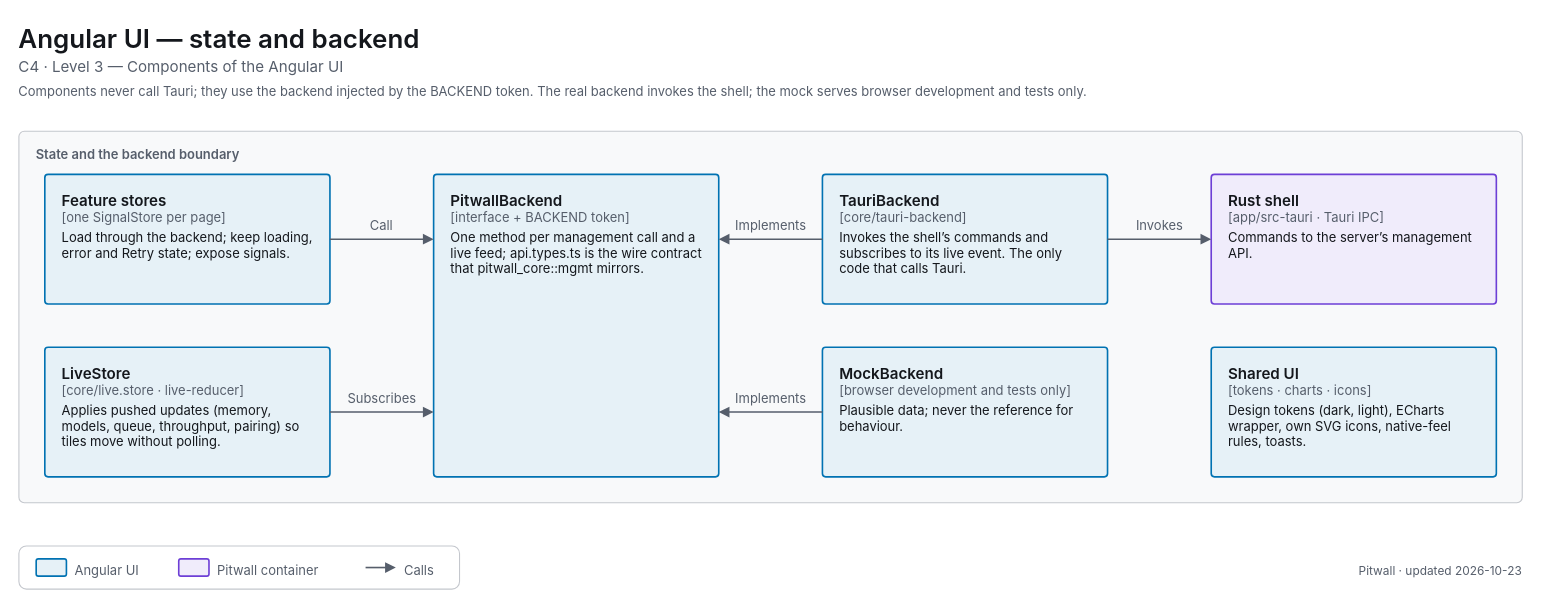
Above: apps/pitwall/docs/diagrams/c4-3-ui-state.drawio in decryp7/paddock (draw.io), before the change. Source tidied: cells renumbered, new cells numbered last; positions are measured from the earlier drawing's top-left corner, leaving out a move shared by most shapes. Both pictures are drawn from the tidied source at 108%, with x=0, y=0 at pixel (18, 18).
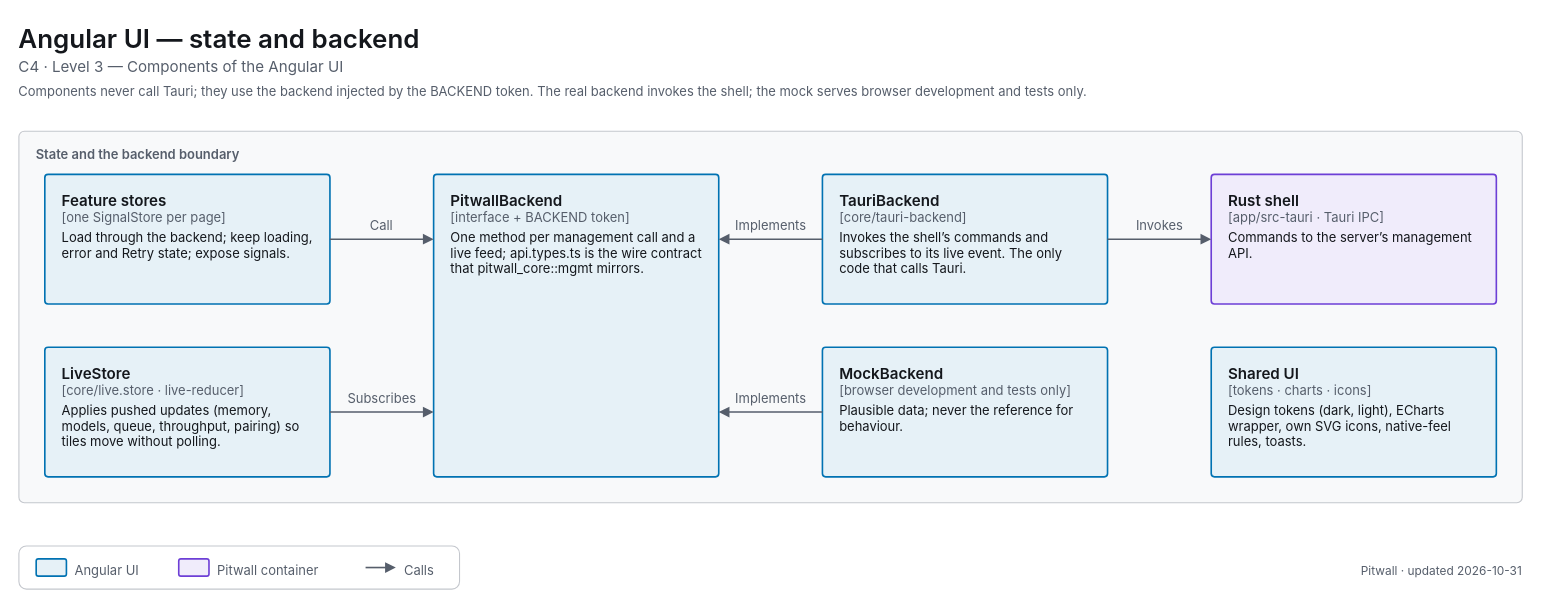
After the change.

Change to the diagram source:
```diff
@@
-    <mxCell id="30" value="&lt;span style=&quot;font-size:11px;font-weight:400&quot;&gt;Pitwall · updated 2026-10-23&lt;/span&gt;" style="html=1;whiteSpace=wrap;fontFamily=-apple-system,BlinkMacSystemFont,Segoe UI,system-ui,sans-serif;fontSize=12;fontColor=light-dark(#14171C,#ECEEF1);text;strokeColor=none;fillColor=none;align=right;verticalAlign=top;spacing=0;fontColor=light-dark(#565E6B,#A0A7B2);" parent="1" vertex="1">
+    <mxCell id="30" value="&lt;span style=&quot;font-size:11px;font-weight:400&quot;&gt;Pitwall · updated 2026-10-31&lt;/span&gt;" style="html=1;whiteSpace=wrap;fontFamily=-apple-system,BlinkMacSystemFont,Segoe UI,system-ui,sans-serif;fontSize=12;fontColor=light-dark(#14171C,#ECEEF1);text;strokeColor=none;fillColor=none;align=right;verticalAlign=top;spacing=0;fontColor=light-dark(#565E6B,#A0A7B2);" parent="1" vertex="1">
       <mxGeometry x="1032" y="499" width="360" height="18" as="geometry" />
     </mxCell>
```
